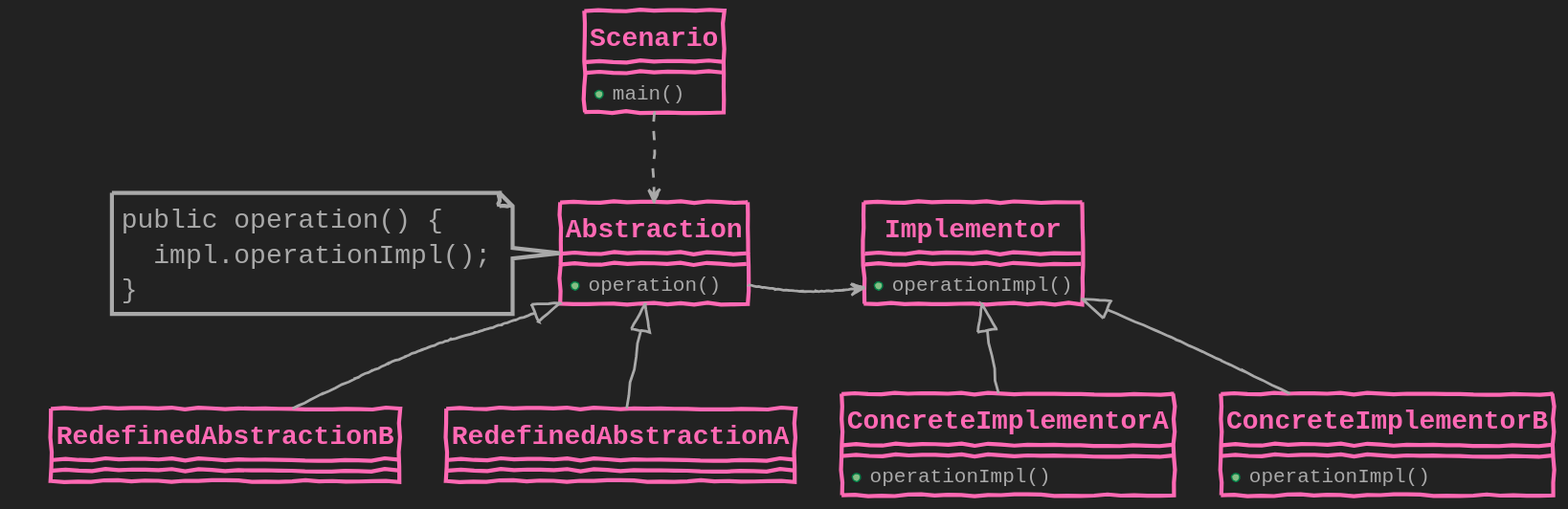
Earlier version of the PlantUML export USantaTecla/3-disenyo/4-patronesDisenyo/images/estructuraGeneralBridge.svg (USantaTecla-0-general/3-publicaciones). Source of this version:
```plantuml
@startuml
skinparam backgroundColor #222222
skinparam handwritten true
hide circle

skinparam shadowing false
skinparam padding 1
skinparam arrow {
    Thickness 2
    Color #DarkGrey
    FontSize 20
    FontName courier
    FontStyle normal
    FontColor #DarkGrey
}
skinparam class {
    BorderThickness 3
    BorderColor #ff69b4
    BackgroundColor #222222
    FontSize 20
    FontName courier
    FontStyle bold
    FontColor #ff69b4
}
skinparam classAttribute {
    FontSize 15
    FontName courier
    FontStyle normal
    FontColor #DarkGrey
}
skinparam note {
    BorderThickness 3
    BorderColor #DarkGrey
    BackgroundColor #222222
    FontSize 20
    FontName courier
    FontStyle normal
    FontColor #DarkGrey
}

class Scenario  {
+ main()
}

class Abstraction  {
+ operation()
}
note left
public operation() {
  impl.operationImpl();
}
end note

class Implementor  {
+ operationImpl()
}
together {
class RedefinedAbstractionA
class RedefinedAbstractionB
}
class ConcreteImplementorA  {
+ operationImpl()
}
class ConcreteImplementorB  {
+ operationImpl()
}

Scenario ..> Abstraction
Abstraction --> Implementor
Abstraction <|-- RedefinedAbstractionA
Abstraction <|-- RedefinedAbstractionB
Implementor <|-- ConcreteImplementorA
Implementor <|-- ConcreteImplementorB
Abstraction -[hidden]right- Implementor
@enduml
```
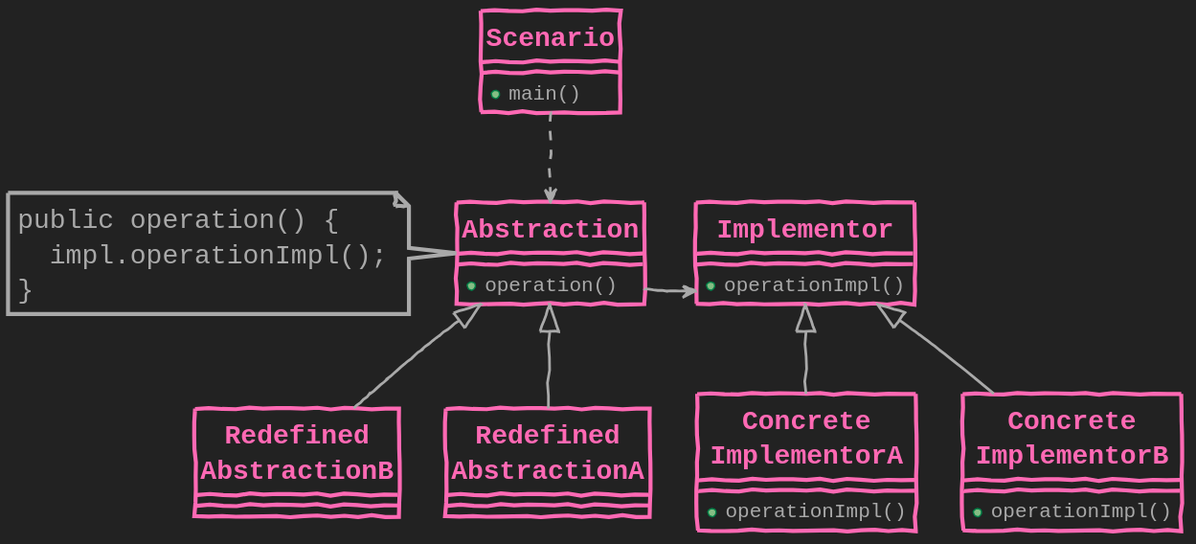
Later version of the same file.

Diff of the diagram source:
```diff
@@ -55,13 +55,13 @@
 + operationImpl()
 }
 together {
-class RedefinedAbstractionA
-class RedefinedAbstractionB
+class "Redefined\nAbstractionA" as RedefinedAbstractionA
+class "Redefined\nAbstractionB" as RedefinedAbstractionB
 }
-class ConcreteImplementorA  {
+class "Concrete\nImplementorA" as ConcreteImplementorA  {
 + operationImpl()
 }
-class ConcreteImplementorB  {
+class "Concrete\nImplementorB" as ConcreteImplementorB {
 + operationImpl()
 }
 
```
